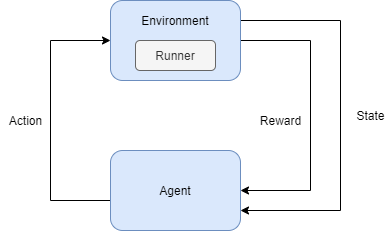
MariaDukmak/MazeRunner keeps this draw.io diagram as readme_assets/schets_simulatie.png. Above is the earlier version. Source tidied: cells renumbered, new cells last; positions are measured from the earlier drawing's top-left corner, leaving out a move shared by most shapes. Its diagram source:
```xml
<mxGraphModel>
  <root>
    <mxCell id="0" />
    <mxCell id="1" parent="0" />
    <mxCell id="2" style="edgeStyle=orthogonalEdgeStyle;rounded=0;jettySize=auto;html=1;entryX=1;entryY=0.75;entryDx=0;entryDy=0;" parent="1" edge="1" source="4" target="6">
      <mxGeometry relative="1" as="geometry">
        <Array as="points">
          <mxPoint x="340" y="20" />
          <mxPoint x="340" y="210" />
        </Array>
      </mxGeometry>
    </mxCell>
    <mxCell id="3" style="edgeStyle=orthogonalEdgeStyle;rounded=0;jettySize=auto;html=1;" parent="1" edge="1" source="4" target="6">
      <mxGeometry relative="1" as="geometry">
        <Array as="points">
          <mxPoint x="310" y="40" />
          <mxPoint x="310" y="190" />
        </Array>
      </mxGeometry>
    </mxCell>
    <mxCell id="4" style="rounded=1;whiteSpace=wrap;html=1;fillColor=#dae8fc;strokeColor=#6c8ebf;" parent="1" vertex="1">
      <mxGeometry x="110" width="130" height="80" as="geometry" />
    </mxCell>
    <mxCell id="5" style="edgeStyle=orthogonalEdgeStyle;rounded=0;jettySize=auto;html=1;entryX=0;entryY=0.5;entryDx=0;entryDy=0;" parent="1" edge="1" source="6" target="4">
      <mxGeometry relative="1" as="geometry">
        <Array as="points">
          <mxPoint x="50" y="200" />
          <mxPoint x="50" y="40" />
        </Array>
      </mxGeometry>
    </mxCell>
    <mxCell id="6" value="Agent" style="rounded=1;whiteSpace=wrap;html=1;fillColor=#dae8fc;strokeColor=#6c8ebf;" parent="1" vertex="1">
      <mxGeometry x="110" y="150" width="130" height="80" as="geometry" />
    </mxCell>
    <mxCell id="7" value="Runner" style="rounded=1;whiteSpace=wrap;html=1;fillColor=#f5f5f5;strokeColor=#666666;fontColor=#333333;" parent="1" vertex="1">
      <mxGeometry x="135" y="40" width="80" height="30" as="geometry" />
    </mxCell>
    <mxCell id="8" value="Environment" style="text;html=1;strokeColor=none;fillColor=none;align=center;verticalAlign=middle;whiteSpace=wrap;rounded=0;" parent="1" vertex="1">
      <mxGeometry x="155" y="10" width="40" height="20" as="geometry" />
    </mxCell>
    <mxCell id="9" value="Action" style="text;html=1;align=center;verticalAlign=middle;strokeColor=none;fillColor=none;" parent="1" vertex="1">
      <mxGeometry y="110" width="50" height="20" as="geometry" />
    </mxCell>
    <mxCell id="10" value="State&lt;br&gt;" style="text;html=1;align=center;verticalAlign=middle;strokeColor=none;fillColor=none;" parent="1" vertex="1">
      <mxGeometry x="350" y="105" width="40" height="20" as="geometry" />
    </mxCell>
    <mxCell id="11" value="Reward" style="text;html=1;align=center;verticalAlign=middle;strokeColor=none;fillColor=none;" parent="1" vertex="1">
      <mxGeometry x="250" y="110" width="60" height="20" as="geometry" />
    </mxCell>
  </root>
</mxGraphModel>
```
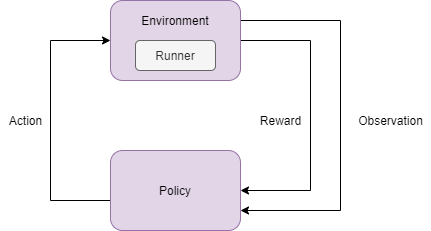
After the commit.

The edit, as a diff of the source:
```diff
@@ -18,7 +18,7 @@
         </Array>
       </mxGeometry>
     </mxCell>
-    <mxCell id="4" style="rounded=1;whiteSpace=wrap;html=1;fillColor=#dae8fc;strokeColor=#6c8ebf;" parent="1" vertex="1">
+    <mxCell id="4" style="rounded=1;whiteSpace=wrap;html=1;fillColor=#e1d5e7;strokeColor=#9673a6;" parent="1" vertex="1">
       <mxGeometry x="110" width="130" height="80" as="geometry" />
     </mxCell>
     <mxCell id="5" style="edgeStyle=orthogonalEdgeStyle;rounded=0;jettySize=auto;html=1;entryX=0;entryY=0.5;entryDx=0;entryDy=0;" parent="1" edge="1" source="6" target="4">
@@ -29,7 +29,7 @@
         </Array>
       </mxGeometry>
     </mxCell>
-    <mxCell id="6" value="Agent" style="rounded=1;whiteSpace=wrap;html=1;fillColor=#dae8fc;strokeColor=#6c8ebf;" parent="1" vertex="1">
+    <mxCell id="6" value="Policy" style="rounded=1;whiteSpace=wrap;html=1;fillColor=#e1d5e7;strokeColor=#9673a6;" parent="1" vertex="1">
       <mxGeometry x="110" y="150" width="130" height="80" as="geometry" />
     </mxCell>
     <mxCell id="7" value="Runner" style="rounded=1;whiteSpace=wrap;html=1;fillColor=#f5f5f5;strokeColor=#666666;fontColor=#333333;" parent="1" vertex="1">
@@ -41,8 +41,8 @@
     <mxCell id="9" value="Action" style="text;html=1;align=center;verticalAlign=middle;strokeColor=none;fillColor=none;" parent="1" vertex="1">
       <mxGeometry y="110" width="50" height="20" as="geometry" />
     </mxCell>
-    <mxCell id="10" value="State&lt;br&gt;" style="text;html=1;align=center;verticalAlign=middle;strokeColor=none;fillColor=none;" parent="1" vertex="1">
-      <mxGeometry x="350" y="105" width="40" height="20" as="geometry" />
+    <mxCell id="10" value="Observation" style="text;html=1;align=center;verticalAlign=middle;strokeColor=none;fillColor=none;" parent="1" vertex="1">
+      <mxGeometry x="350" y="110" width="80" height="20" as="geometry" />
     </mxCell>
     <mxCell id="11" value="Reward" style="text;html=1;align=center;verticalAlign=middle;strokeColor=none;fillColor=none;" parent="1" vertex="1">
       <mxGeometry x="250" y="110" width="60" height="20" as="geometry" />
```
